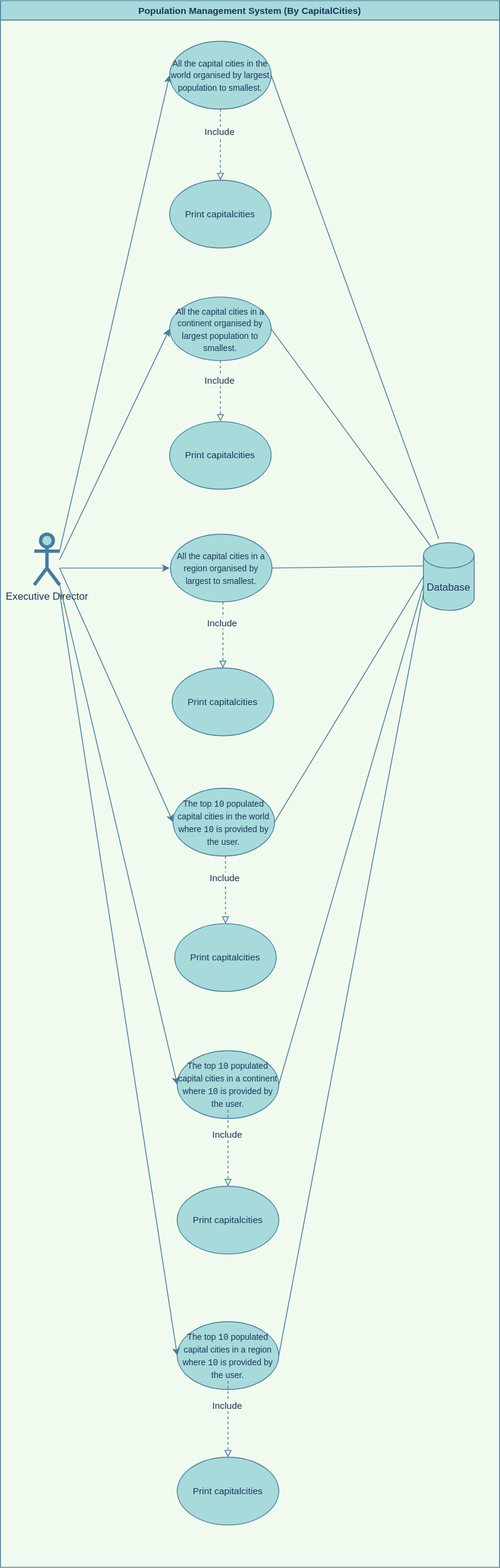
This is use-case-capitalcity-report/Population Management System (By CapitalCities).svg from ThihaKZ16/group5, a draw.io export, as it was before one commit. Source tidied: cells renumbered, new cells last; positions are measured from the earlier drawing's top-left corner, leaving out a move shared by most shapes.
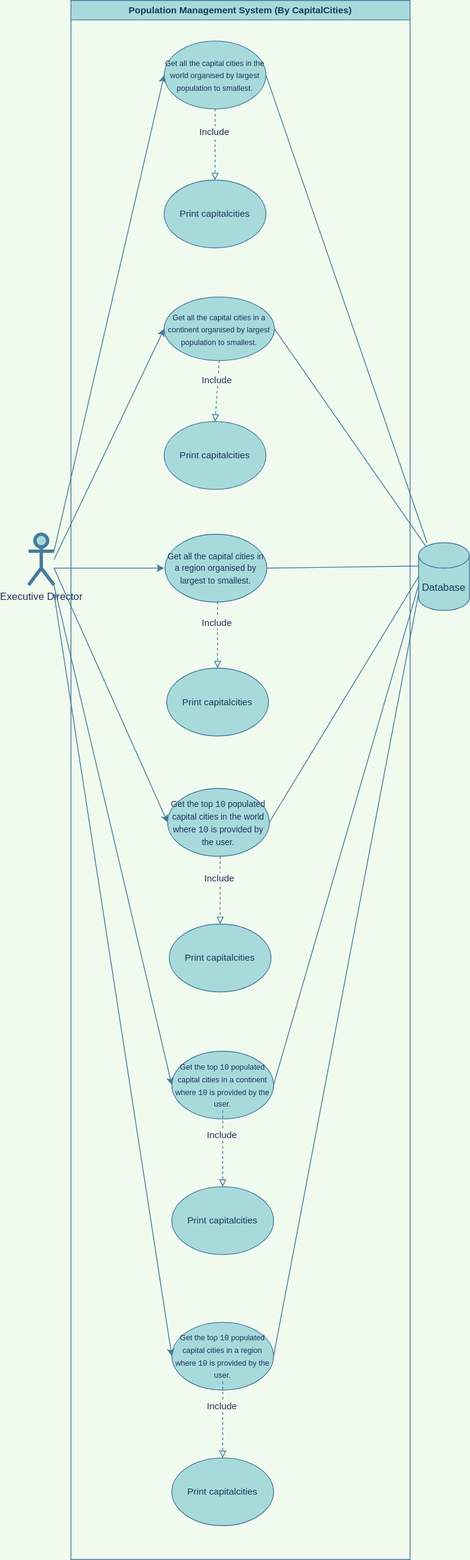
The same diagram one commit later.

Commit message:
Update capitalcity report.

Diff of the diagram source:
```diff
@@ -5,34 +5,34 @@
     <mxCell id="2" value="Executive Director" style="shape=umlActor;verticalLabelPosition=bottom;verticalAlign=top;html=1;outlineConnect=0;fillColor=#A8DADC;strokeColor=#457B9D;fontColor=#1D3557;strokeWidth=4;" parent="1" vertex="1">
       <mxGeometry x="40" y="630" width="30" height="60" as="geometry" />
     </mxCell>
-    <mxCell id="3" value="&lt;font style=&quot;font-size: 10px&quot;&gt;All the capital cities in the world organised by largest population to smallest.&lt;/font&gt;" style="ellipse;whiteSpace=wrap;html=1;fillColor=#A8DADC;strokeColor=#457B9D;fontColor=#1D3557;" parent="1" vertex="1">
+    <mxCell id="3" value="&lt;font style=&quot;font-size: 9px&quot;&gt;Get all the capital cities in the world organised by largest population to smallest.&lt;/font&gt;" style="ellipse;whiteSpace=wrap;html=1;fillColor=#A8DADC;strokeColor=#457B9D;fontColor=#1D3557;" parent="1" vertex="1">
       <mxGeometry x="200" y="48" width="120" height="80" as="geometry" />
     </mxCell>
     <mxCell id="4" value="&lt;font style=&quot;font-size: 11px&quot;&gt;Print capitalcities&lt;/font&gt;" style="ellipse;whiteSpace=wrap;html=1;fillColor=#A8DADC;strokeColor=#457B9D;fontColor=#1D3557;" parent="1" vertex="1">
       <mxGeometry x="200" y="212" width="120" height="80" as="geometry" />
     </mxCell>
-    <mxCell id="5" value="&lt;font style=&quot;font-size: 10px&quot;&gt;All the capital cities in a continent organised by largest population to smallest.&lt;/font&gt;" style="ellipse;whiteSpace=wrap;html=1;fillColor=#A8DADC;strokeColor=#457B9D;fontColor=#1D3557;" parent="1" vertex="1">
-      <mxGeometry x="200" y="350" width="120" height="75" as="geometry" />
+    <mxCell id="5" value="&lt;font style=&quot;font-size: 9px&quot;&gt;Get all the capital cities in a continent organised by largest population to smallest.&lt;/font&gt;" style="ellipse;whiteSpace=wrap;html=1;fillColor=#A8DADC;strokeColor=#457B9D;fontColor=#1D3557;" parent="1" vertex="1">
+      <mxGeometry x="200" y="350" width="130" height="75" as="geometry" />
     </mxCell>
     <mxCell id="6" value="&lt;span style=&quot;font-size: 11px&quot;&gt;Print capitalcities&lt;/span&gt;" style="ellipse;whiteSpace=wrap;html=1;fillColor=#A8DADC;strokeColor=#457B9D;fontColor=#1D3557;" parent="1" vertex="1">
       <mxGeometry x="200" y="497" width="120" height="80" as="geometry" />
     </mxCell>
-    <mxCell id="7" value="&lt;font style=&quot;font-size: 10px&quot;&gt;All the capital cities in a region organised by largest to smallest.&lt;/font&gt;" style="ellipse;whiteSpace=wrap;html=1;fillColor=#A8DADC;strokeColor=#457B9D;fontColor=#1D3557;" parent="1" vertex="1">
+    <mxCell id="7" value="&lt;font style=&quot;font-size: 10px&quot;&gt;Get all the capital cities in a region organised by largest to smallest.&lt;/font&gt;" style="ellipse;whiteSpace=wrap;html=1;fillColor=#A8DADC;strokeColor=#457B9D;fontColor=#1D3557;" parent="1" vertex="1">
       <mxGeometry x="201" y="630" width="120" height="80" as="geometry" />
     </mxCell>
     <mxCell id="8" value="&lt;span style=&quot;font-size: 11px&quot;&gt;Print capitalcities&lt;/span&gt;" style="ellipse;whiteSpace=wrap;html=1;fillColor=#A8DADC;strokeColor=#457B9D;fontColor=#1D3557;" parent="1" vertex="1">
       <mxGeometry x="203" y="788" width="120" height="80" as="geometry" />
     </mxCell>
-    <mxCell id="9" value="&lt;font style=&quot;font-size: 10px&quot;&gt;The top &lt;font face=&quot;monospace&quot; style=&quot;font-size: 10px&quot;&gt;10&lt;/font&gt;&amp;nbsp;populated capital cities in the world  where &lt;font face=&quot;monospace&quot; style=&quot;font-size: 10px&quot;&gt;10&lt;/font&gt;&amp;nbsp;is provided by the user.&lt;/font&gt;" style="ellipse;whiteSpace=wrap;html=1;fillColor=#A8DADC;strokeColor=#457B9D;fontColor=#1D3557;" parent="1" vertex="1">
+    <mxCell id="9" value="&lt;font style=&quot;font-size: 10px&quot;&gt;Get the top &lt;font face=&quot;monospace&quot; style=&quot;font-size: 10px&quot;&gt;10&lt;/font&gt;&amp;nbsp;populated capital cities in the world  where &lt;font face=&quot;monospace&quot; style=&quot;font-size: 10px&quot;&gt;10&lt;/font&gt;&amp;nbsp;is provided by the user.&lt;/font&gt;" style="ellipse;whiteSpace=wrap;html=1;fillColor=#A8DADC;strokeColor=#457B9D;fontColor=#1D3557;" parent="1" vertex="1">
       <mxGeometry x="204" y="930" width="120" height="80" as="geometry" />
     </mxCell>
     <mxCell id="10" value="&lt;span style=&quot;font-size: 11px&quot;&gt;Print capitalcities&lt;/span&gt;" style="ellipse;whiteSpace=wrap;html=1;fillColor=#A8DADC;strokeColor=#457B9D;fontColor=#1D3557;" parent="1" vertex="1">
       <mxGeometry x="206" y="1090" width="120" height="80" as="geometry" />
     </mxCell>
-    <mxCell id="11" value="&lt;font style=&quot;font-size: 10px&quot;&gt;The top &lt;font face=&quot;monospace&quot; style=&quot;font-size: 10px&quot;&gt;10&lt;/font&gt;&amp;nbsp;populated capital cities in a continent where &lt;font face=&quot;monospace&quot; style=&quot;font-size: 10px&quot;&gt;10&lt;/font&gt;&amp;nbsp;is provided by the user.&lt;/font&gt;" style="ellipse;whiteSpace=wrap;html=1;fillColor=#A8DADC;strokeColor=#457B9D;fontColor=#1D3557;" parent="1" vertex="1">
+    <mxCell id="11" value="&lt;font style=&quot;font-size: 9px&quot;&gt;Get the top &lt;font face=&quot;monospace&quot; style=&quot;font-size: 9px&quot;&gt;10&lt;/font&gt;&amp;nbsp;populated capital cities in a continent where &lt;font face=&quot;monospace&quot; style=&quot;font-size: 9px&quot;&gt;10&lt;/font&gt;&amp;nbsp;is provided by the user.&lt;/font&gt;" style="ellipse;whiteSpace=wrap;html=1;fillColor=#A8DADC;strokeColor=#457B9D;fontColor=#1D3557;" parent="1" vertex="1">
       <mxGeometry x="209" y="1240" width="120" height="80" as="geometry" />
     </mxCell>
-    <mxCell id="12" value="&lt;font style=&quot;font-size: 10px&quot;&gt;The top &lt;font face=&quot;monospace&quot; style=&quot;font-size: 10px&quot;&gt;10&lt;/font&gt;&amp;nbsp;populated capital cities in a region where &lt;font face=&quot;monospace&quot; style=&quot;font-size: 10px&quot;&gt;10&lt;/font&gt;&amp;nbsp;is provided by the user.&lt;/font&gt;" style="ellipse;whiteSpace=wrap;html=1;fillColor=#A8DADC;strokeColor=#457B9D;fontColor=#1D3557;" parent="1" vertex="1">
+    <mxCell id="12" value="&lt;font style=&quot;font-size: 9px&quot;&gt;Get the top &lt;font face=&quot;monospace&quot; style=&quot;font-size: 9px&quot;&gt;10&lt;/font&gt;&amp;nbsp;populated capital cities in a region where &lt;font face=&quot;monospace&quot; style=&quot;font-size: 9px&quot;&gt;10&lt;/font&gt;&amp;nbsp;is provided by the user.&lt;/font&gt;" style="ellipse;whiteSpace=wrap;html=1;fillColor=#A8DADC;strokeColor=#457B9D;fontColor=#1D3557;" parent="1" vertex="1">
       <mxGeometry x="209" y="1560" width="120" height="80" as="geometry" />
     </mxCell>
     <mxCell id="13" value="&lt;span style=&quot;font-size: 11px&quot;&gt;Print capitalcities&lt;/span&gt;" style="ellipse;whiteSpace=wrap;html=1;fillColor=#A8DADC;strokeColor=#457B9D;fontColor=#1D3557;" parent="1" vertex="1">
@@ -71,8 +71,10 @@
         <mxPoint x="70" y="700" as="sourcePoint" />
       </mxGeometry>
     </mxCell>
-    <mxCell id="22" style="endArrow=none;html=1;rounded=0;fontSize=11;entryX=1;entryY=0.5;entryDx=0;entryDy=0;exitX=0.3;exitY=-0.058;exitDx=0;exitDy=0;exitPerimeter=0;labelBackgroundColor=#F1FAEE;strokeColor=#457B9D;fontColor=#1D3557;" parent="1" edge="1" source="15" target="3">
-      <mxGeometry relative="1" as="geometry" />
+    <mxCell id="22" style="endArrow=none;html=1;rounded=0;fontSize=11;entryX=1;entryY=0.5;entryDx=0;entryDy=0;labelBackgroundColor=#F1FAEE;strokeColor=#457B9D;fontColor=#1D3557;" parent="1" edge="1" target="3">
+      <mxGeometry relative="1" as="geometry">
+        <mxPoint x="510" y="640" as="sourcePoint" />
+      </mxGeometry>
     </mxCell>
     <mxCell id="23" style="endArrow=none;html=1;rounded=0;fontSize=11;entryX=1;entryY=0.5;entryDx=0;entryDy=0;exitX=0.145;exitY=0;exitDx=0;exitDy=4.35;exitPerimeter=0;labelBackgroundColor=#F1FAEE;strokeColor=#457B9D;fontColor=#1D3557;" parent="1" edge="1" source="15" target="5">
       <mxGeometry relative="1" as="geometry" />
@@ -138,7 +140,7 @@
       <mxGeometry x="-0.37" y="-2" relative="1" as="geometry" />
     </mxCell>
     <mxCell id="40" value="Population Management System (By CapitalCities)" style="swimlane;fontSize=11;fillColor=#A8DADC;strokeColor=#457B9D;fontColor=#1D3557;strokeWidth=1;" parent="1" vertex="1">
-      <mxGeometry width="590" height="1850" as="geometry" />
+      <mxGeometry x="90" width="400" height="1840" as="geometry" />
     </mxCell>
   </root>
 </mxGraphModel>
```
